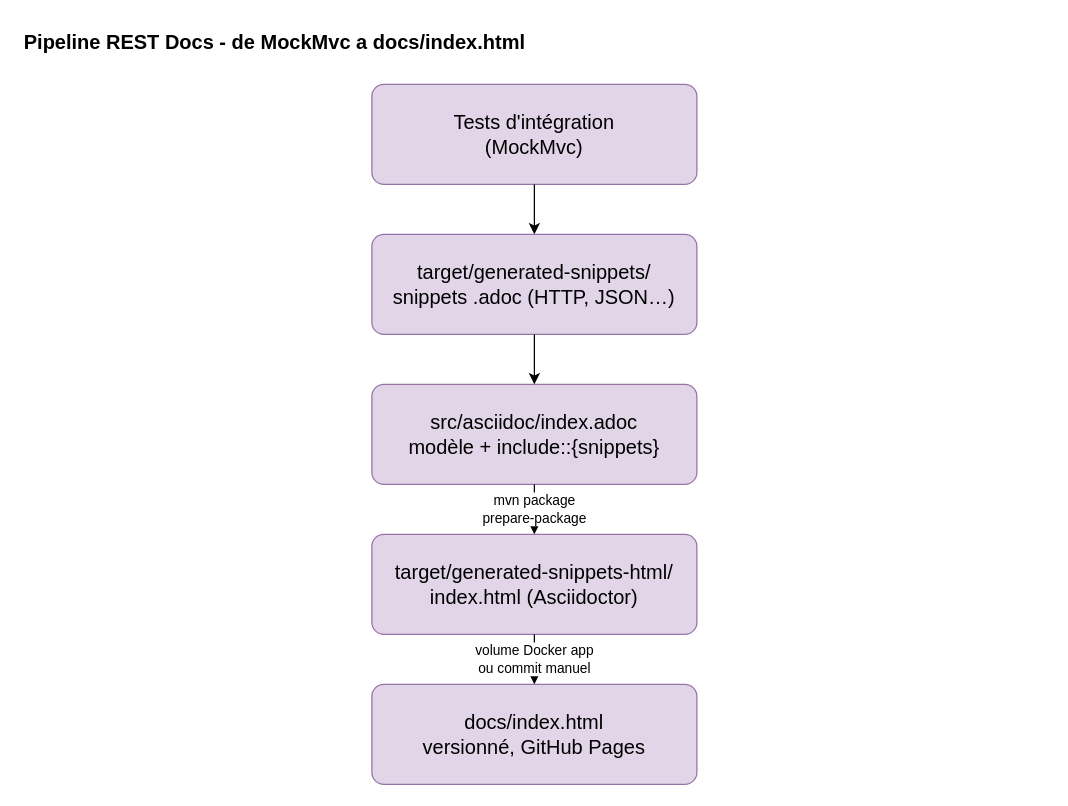
Above: docs/process/restdocs-pipeline.drawio in OrifInformatique/spring-auth (draw.io), before the change. Source tidied: cells renumbered, new cells numbered last; positions are measured from the earlier drawing's top-left corner, leaving out a move shared by most shapes. Both pictures are drawn from the tidied source at 125%, with x=0, y=0 at pixel (21, 21).
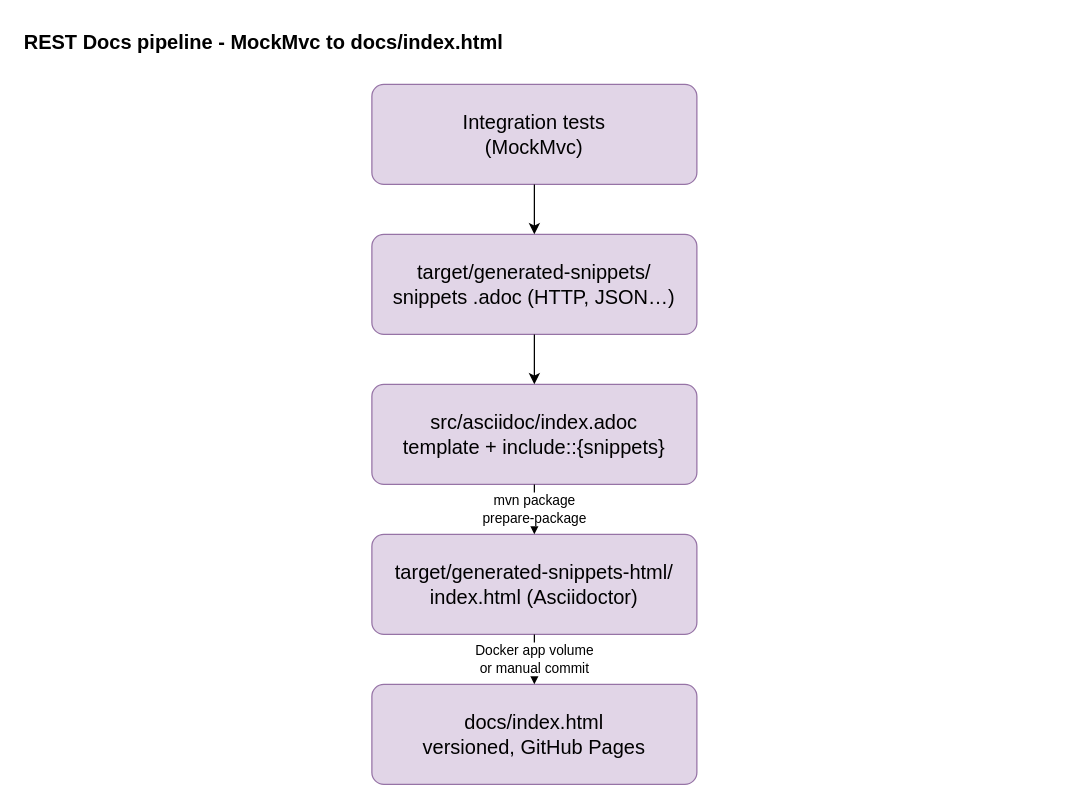
After the change.

Commit message (it also covers changes not shown here):
docs: translate process diagrams to English and regenerate PNGs

The edit, as a diff of the source:
```diff
@@
 <mxGraphModel>
   <root>
     <mxCell id="0" />
     <mxCell id="1" parent="0" />
-    <mxCell id="2" value="Pipeline REST Docs  - de MockMvc a docs/index.html" style="text;html=1;strokeColor=none;fillColor=none;align=left;fontFamily=Helvetica;fontSize=16;fontStyle=1;fontColor=#000000;" parent="1" vertex="1">
+    <mxCell id="2" value="REST Docs pipeline  - MockMvc to docs/index.html" style="text;html=1;strokeColor=none;fillColor=none;align=left;fontFamily=Helvetica;fontSize=16;fontStyle=1;fontColor=#000000;" parent="1" vertex="1">
       <mxGeometry width="820" height="30" as="geometry" />
     </mxCell>
-    <mxCell id="3" value="Tests d&amp;#39;intégration&#10;(MockMvc)" style="rounded=1;arcSize=12;whiteSpace=wrap;html=1;strokeWidth=1;fontFamily=Helvetica;fontSize=16;fontStyle=0;fontColor=#000000;align=center;verticalAlign=middle;spacing=2;opacity=100;fillColor=#e1d5e7;strokeColor=#9673a6;" parent="1" vertex="1">
+    <mxCell id="3" value="Integration tests&#10;(MockMvc)" style="rounded=1;arcSize=12;whiteSpace=wrap;html=1;strokeWidth=1;fontFamily=Helvetica;fontSize=16;fontStyle=0;fontColor=#000000;align=center;verticalAlign=middle;spacing=2;opacity=100;fillColor=#e1d5e7;strokeColor=#9673a6;" parent="1" vertex="1">
       <mxGeometry x="280" y="50" width="260" height="80" as="geometry" />
     </mxCell>
     <mxCell id="4" value="target/generated-snippets/&#10;snippets .adoc (HTTP, JSON…)" style="rounded=1;arcSize=12;whiteSpace=wrap;html=1;strokeWidth=1;fontFamily=Helvetica;fontSize=16;fontStyle=0;fontColor=#000000;align=center;verticalAlign=middle;spacing=2;opacity=100;fillColor=#e1d5e7;strokeColor=#9673a6;" parent="1" vertex="1">
       <mxGeometry x="280" y="170" width="260" height="80" as="geometry" />
     </mxCell>
-    <mxCell id="5" value="src/asciidoc/index.adoc&#10;modèle + include::{snippets}" style="rounded=1;arcSize=12;whiteSpace=wrap;html=1;strokeWidth=1;fontFamily=Helvetica;fontSize=16;fontStyle=0;fontColor=#000000;align=center;verticalAlign=middle;spacing=2;opacity=100;fillColor=#e1d5e7;strokeColor=#9673a6;" parent="1" vertex="1">
+    <mxCell id="5" value="src/asciidoc/index.adoc&#10;template + include::{snippets}" style="rounded=1;arcSize=12;whiteSpace=wrap;html=1;strokeWidth=1;fontFamily=Helvetica;fontSize=16;fontStyle=0;fontColor=#000000;align=center;verticalAlign=middle;spacing=2;opacity=100;fillColor=#e1d5e7;strokeColor=#9673a6;" parent="1" vertex="1">
       <mxGeometry x="280" y="290" width="260" height="80" as="geometry" />
     </mxCell>
     <mxCell id="6" value="target/generated-snippets-html/&#10;index.html (Asciidoctor)" style="rounded=1;arcSize=12;whiteSpace=wrap;html=1;strokeWidth=1;fontFamily=Helvetica;fontSize=16;fontStyle=0;fontColor=#000000;align=center;verticalAlign=middle;spacing=2;opacity=100;fillColor=#e1d5e7;strokeColor=#9673a6;" parent="1" vertex="1">
       <mxGeometry x="280" y="410" width="260" height="80" as="geometry" />
     </mxCell>
-    <mxCell id="7" value="docs/index.html&#10;versionné, GitHub Pages" style="rounded=1;arcSize=12;whiteSpace=wrap;html=1;strokeWidth=1;fontFamily=Helvetica;fontSize=16;fontStyle=0;fontColor=#000000;align=center;verticalAlign=middle;spacing=2;opacity=100;fillColor=#e1d5e7;strokeColor=#9673a6;" parent="1" vertex="1">
+    <mxCell id="7" value="docs/index.html&#10;versioned, GitHub Pages" style="rounded=1;arcSize=12;whiteSpace=wrap;html=1;strokeWidth=1;fontFamily=Helvetica;fontSize=16;fontStyle=0;fontColor=#000000;align=center;verticalAlign=middle;spacing=2;opacity=100;fillColor=#e1d5e7;strokeColor=#9673a6;" parent="1" vertex="1">
       <mxGeometry x="280" y="530" width="260" height="80" as="geometry" />
     </mxCell>
     <mxCell id="8" style="edgeStyle=orthogonalEdgeStyle;rounded=0;jettySize=auto;html=1;strokeColor=#000000;strokeWidth=1;startArrow=none;endArrow=classic;endFill=1;endSize=6;jumpStyle=none;jumpSize=6;opacity=100;fontFamily=Helvetica;fontSize=11;fontColor=#000000;labelBackgroundColor=#ffffff;align=center;verticalAlign=middle;spacing=2;exitX=0.5;exitY=1;entryX=0.5;entryY=0;" parent="1" edge="1" source="3" target="4">
       <mxGeometry relative="1" as="geometry" />
     </mxCell>
     <mxCell id="9" style="edgeStyle=orthogonalEdgeStyle;rounded=0;jettySize=auto;html=1;strokeColor=#000000;strokeWidth=1;startArrow=none;endArrow=classic;endFill=1;endSize=6;jumpStyle=none;jumpSize=6;opacity=100;fontFamily=Helvetica;fontSize=11;fontColor=#000000;labelBackgroundColor=#ffffff;align=center;verticalAlign=middle;spacing=2;exitX=0.5;exitY=1;entryX=0.5;entryY=0;" parent="1" edge="1" source="4" target="5">
       <mxGeometry relative="1" as="geometry" />
     </mxCell>
     <mxCell id="10" value="mvn package&#10;prepare-package" style="edgeStyle=orthogonalEdgeStyle;rounded=0;jettySize=auto;html=1;strokeColor=#000000;strokeWidth=1;startArrow=none;endArrow=classic;endFill=1;endSize=6;jumpStyle=none;jumpSize=6;opacity=100;fontFamily=Helvetica;fontSize=11;fontColor=#000000;labelBackgroundColor=#ffffff;align=center;verticalAlign=middle;spacing=2;exitX=0.5;exitY=1;entryX=0.5;entryY=0;" parent="1" edge="1" source="5" target="6">
       <mxGeometry relative="1" as="geometry" />
     </mxCell>
-    <mxCell id="11" value="volume Docker app&#10;ou commit manuel" style="edgeStyle=orthogonalEdgeStyle;rounded=0;jettySize=auto;html=1;strokeColor=#000000;strokeWidth=1;startArrow=none;endArrow=classic;endFill=1;endSize=6;jumpStyle=none;jumpSize=6;opacity=100;fontFamily=Helvetica;fontSize=11;fontColor=#000000;labelBackgroundColor=#ffffff;align=center;verticalAlign=middle;spacing=2;exitX=0.5;exitY=1;entryX=0.5;entryY=0;" parent="1" edge="1" source="6" target="7">
+    <mxCell id="11" value="Docker app volume&#10;or manual commit" style="edgeStyle=orthogonalEdgeStyle;rounded=0;jettySize=auto;html=1;strokeColor=#000000;strokeWidth=1;startArrow=none;endArrow=classic;endFill=1;endSize=6;jumpStyle=none;jumpSize=6;opacity=100;fontFamily=Helvetica;fontSize=11;fontColor=#000000;labelBackgroundColor=#ffffff;align=center;verticalAlign=middle;spacing=2;exitX=0.5;exitY=1;entryX=0.5;entryY=0;" parent="1" edge="1" source="6" target="7">
       <mxGeometry relative="1" as="geometry" />
     </mxCell>
   </root>
 </mxGraphModel>
```
